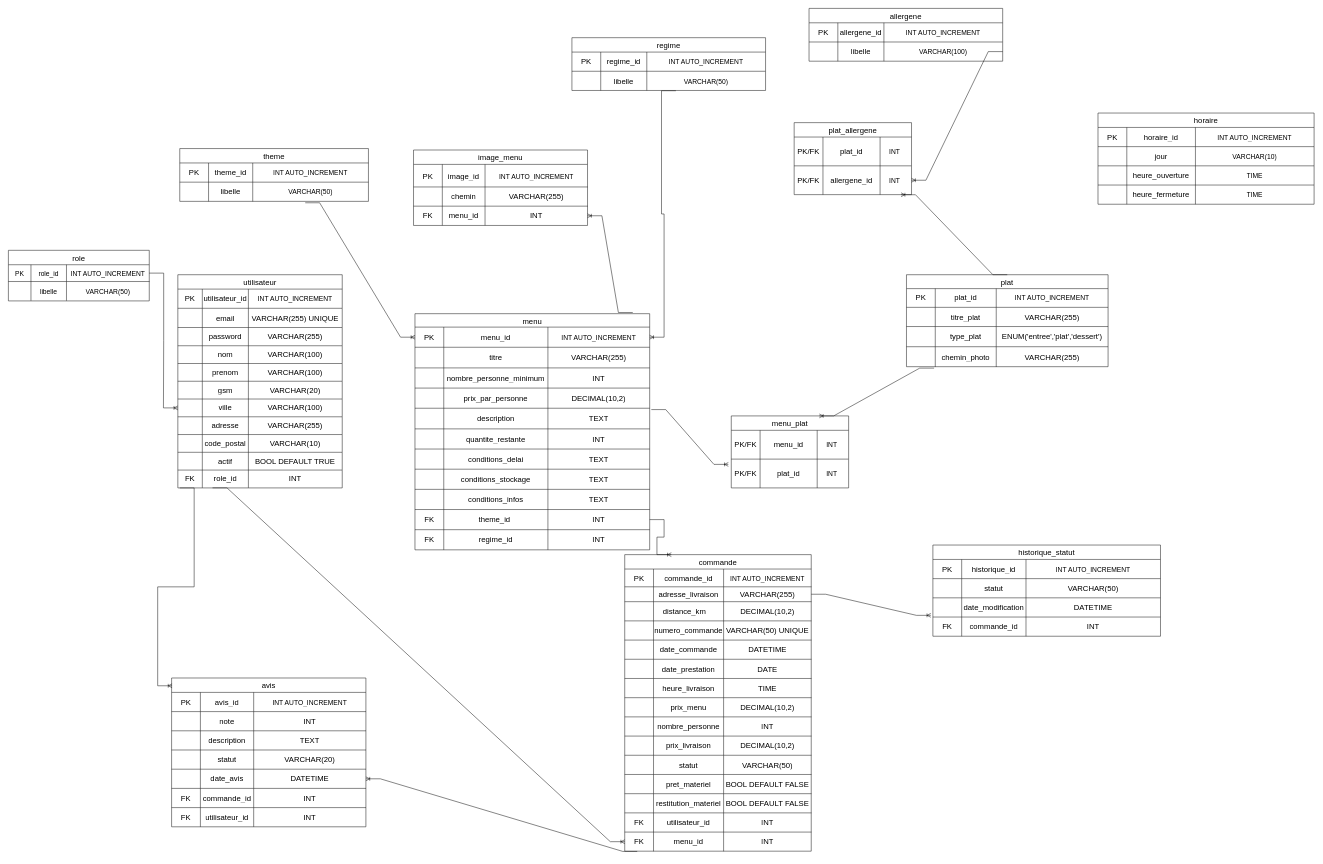
This is divers/CONCEPTION DB/MLD Vite et Gourmand.drawio from Gero7707/viteEtGourmand, a draw.io file, before an edit. Source tidied: cells renumbered, new cells numbered last; positions are measured from the earlier drawing's top-left corner, leaving out a move shared by most shapes. Both pictures are drawn from the tidied source at 48%, with x=0, y=0 at pixel (8, 8).
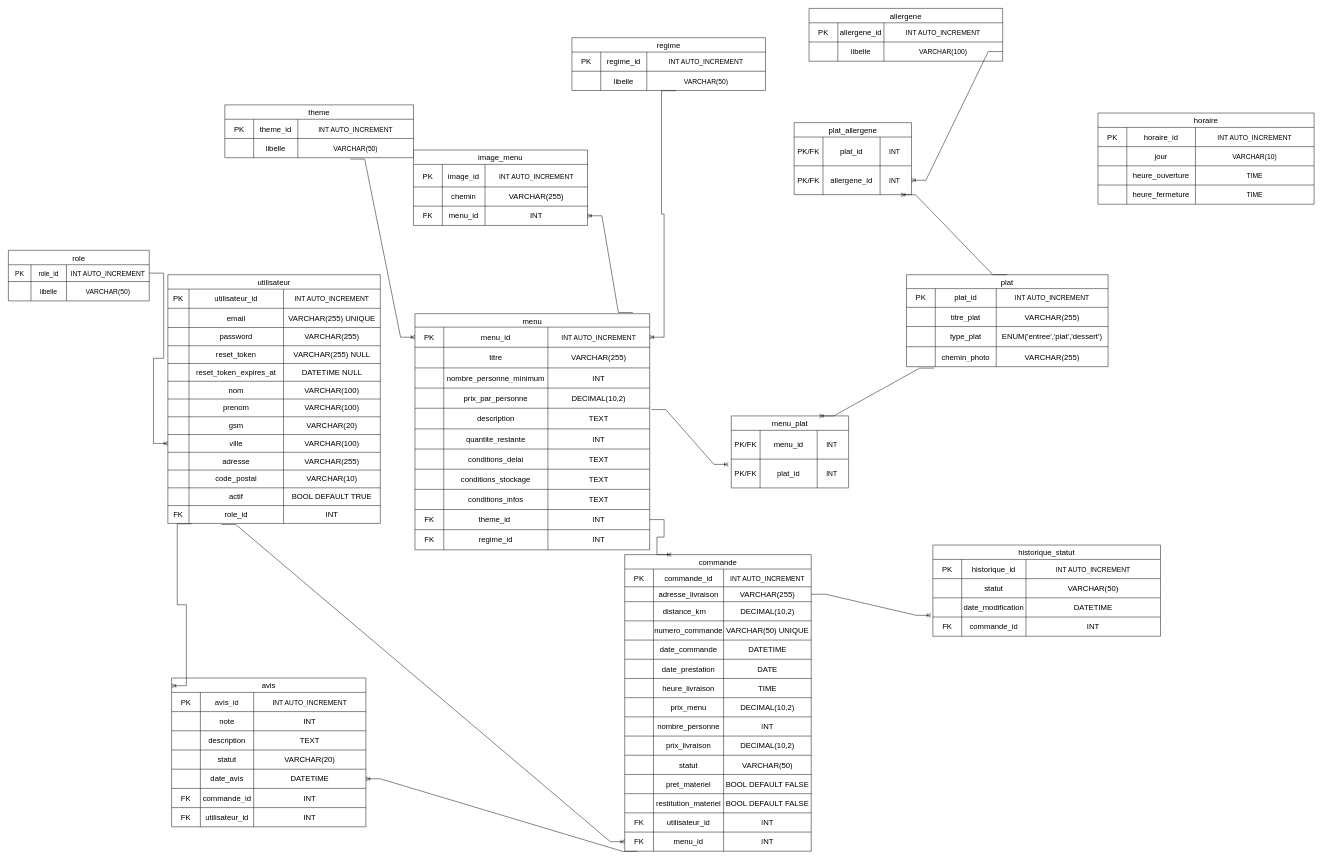
After the change.

Commit message (it also covers changes not shown here):
modif mld et mcd avec ajout de reset_token  et reset_token_expires_at dans la table utilisateur , modif db.sql

The change refers to these unchanged cells:
```xml
<mxCell id="175" style="shape=tableRow;horizontal=0;startSize=0;swimlaneHead=0;swimlaneBody=0;strokeColor=inherit;top=0;left=0;bottom=0;right=0;fillColor=none;points=[[0,0.5],[1,0.5]];portConstraint=eastwest;fontSize=16;" parent="118" vertex="1">
  <mxGeometry y="578" width="388.6" height="40" as="geometry" />
</mxCell>
<mxCell id="253" value="avis" style="shape=table;startSize=30;childLayout=tableLayout;strokeColor=default;fontSize=16;" parent="1" vertex="1">
  <mxGeometry x="340" y="1395" width="404.8" height="310" as="geometry" />
</mxCell>
```

Diff of the diagram source:
```diff
@@
     <mxCell id="11" value="utilisateur" style="shape=table;startSize=30;childLayout=tableLayout;strokeColor=default;fontSize=16;" parent="1" vertex="1">
-      <mxGeometry x="353" y="554.8" width="342.5" height="444.2" as="geometry" />
+      <mxGeometry x="332.2" y="554.8" width="442.6" height="518.2" as="geometry" />
     </mxCell>
     <mxCell id="12" style="shape=tableRow;horizontal=0;startSize=0;swimlaneHead=0;swimlaneBody=0;strokeColor=inherit;top=0;left=0;bottom=0;right=0;fillColor=none;fontSize=16;" parent="11" vertex="1">
-      <mxGeometry y="30" width="342.5" height="40" as="geometry" />
+      <mxGeometry y="30" width="442.6" height="40" as="geometry" />
     </mxCell>
     <mxCell id="13" value="PK" style="shape=partialRectangle;html=1;whiteSpace=wrap;strokeColor=inherit;overflow=hidden;fillColor=none;top=0;left=0;bottom=0;right=0;fontSize=16;" parent="12" vertex="1">
-      <mxGeometry width="51" height="40" as="geometry" />
+      <mxGeometry width="44" height="40" as="geometry" />
     </mxCell>
     <mxCell id="14" value="utilisateur_id" style="shape=partialRectangle;html=1;whiteSpace=wrap;strokeColor=inherit;overflow=hidden;fillColor=none;top=0;left=0;bottom=0;right=0;fontSize=16;" parent="12" vertex="1">
-      <mxGeometry x="51" width="96" height="40" as="geometry" />
+      <mxGeometry x="44" width="197" height="40" as="geometry" />
     </mxCell>
     <mxCell id="15" value="&lt;span style=&quot;font-size: 14px;&quot;&gt;INT AUTO_INCREMENT&lt;/span&gt;" style="shape=partialRectangle;html=1;whiteSpace=wrap;strokeColor=inherit;overflow=hidden;fillColor=none;top=0;left=0;bottom=0;right=0;fontSize=16;" parent="12" vertex="1">
-      <mxGeometry x="147" width="195" height="40" as="geometry" />
+      <mxGeometry x="241" width="202" height="40" as="geometry" />
     </mxCell>
     <mxCell id="16" style="shape=tableRow;horizontal=0;startSize=0;swimlaneHead=0;swimlaneBody=0;strokeColor=inherit;top=0;left=0;bottom=0;right=0;fillColor=none;fontSize=16;" parent="11" vertex="1">
-      <mxGeometry y="70" width="342.5" height="40" as="geometry" />
+      <mxGeometry y="70" width="442.6" height="40" as="geometry" />
     </mxCell>
     <mxCell id="17" style="shape=partialRectangle;html=1;whiteSpace=wrap;strokeColor=inherit;overflow=hidden;fillColor=none;top=0;left=0;bottom=0;right=0;fontSize=16;" parent="16" vertex="1">
-      <mxGeometry width="51" height="40" as="geometry" />
+      <mxGeometry width="44" height="40" as="geometry" />
     </mxCell>
     <mxCell id="18" value="email" style="shape=partialRectangle;html=1;whiteSpace=wrap;strokeColor=inherit;overflow=hidden;fillColor=none;top=0;left=0;bottom=0;right=0;fontSize=16;" parent="16" vertex="1">
-      <mxGeometry x="51" width="96" height="40" as="geometry" />
+      <mxGeometry x="44" width="197" height="40" as="geometry" />
     </mxCell>
     <mxCell id="19" value="VARCHAR(255)&amp;nbsp;UNIQUE" style="shape=partialRectangle;html=1;whiteSpace=wrap;strokeColor=inherit;overflow=hidden;fillColor=none;top=0;left=0;bottom=0;right=0;fontSize=16;" parent="16" vertex="1">
-      <mxGeometry x="147" width="195" height="40" as="geometry" />
+      <mxGeometry x="241" width="202" height="40" as="geometry" />
     </mxCell>
     <mxCell id="20" style="shape=tableRow;horizontal=0;startSize=0;swimlaneHead=0;swimlaneBody=0;strokeColor=inherit;top=0;left=0;bottom=0;right=0;fillColor=none;fontSize=16;" parent="11" vertex="1">
-      <mxGeometry y="110" width="342.5" height="38" as="geometry" />
+      <mxGeometry y="110" width="442.6" height="38" as="geometry" />
     </mxCell>
     <mxCell id="21" style="shape=partialRectangle;html=1;whiteSpace=wrap;strokeColor=inherit;overflow=hidden;fillColor=none;top=0;left=0;bottom=0;right=0;fontSize=16;" parent="20" vertex="1">
-      <mxGeometry width="51" height="38" as="geometry" />
+      <mxGeometry width="44" height="38" as="geometry" />
     </mxCell>
     <mxCell id="22" value="password" style="shape=partialRectangle;html=1;whiteSpace=wrap;strokeColor=inherit;overflow=hidden;fillColor=none;top=0;left=0;bottom=0;right=0;fontSize=16;" parent="20" vertex="1">
-      <mxGeometry x="51" width="96" height="38" as="geometry" />
+      <mxGeometry x="44" width="197" height="38" as="geometry" />
     </mxCell>
     <mxCell id="23" value="VARCHAR(255)" style="shape=partialRectangle;html=1;whiteSpace=wrap;strokeColor=inherit;overflow=hidden;fillColor=none;top=0;left=0;bottom=0;right=0;fontSize=16;" parent="20" vertex="1">
-      <mxGeometry x="147" width="195" height="38" as="geometry" />
+      <mxGeometry x="241" width="202" height="38" as="geometry" />
     </mxCell>
+    <mxCell id="52" style="shape=tableRow;horizontal=0;startSize=0;swimlaneHead=0;swimlaneBody=0;strokeColor=inherit;top=0;left=0;bottom=0;right=0;fillColor=none;points=[[0,0.5],[1,0.5]];portConstraint=eastwest;fontSize=16;" parent="11" vertex="1">
+      <mxGeometry y="148" width="442.6" height="37" as="geometry" />
+    </mxCell>
+    <mxCell id="53" style="shape=partialRectangle;html=1;whiteSpace=wrap;strokeColor=inherit;overflow=hidden;fillColor=none;top=0;left=0;bottom=0;right=0;fontSize=16;" parent="52" vertex="1">
+      <mxGeometry width="44" height="37" as="geometry" />
+    </mxCell>
+    <mxCell id="54" value="reset_token" style="shape=partialRectangle;html=1;whiteSpace=wrap;strokeColor=inherit;overflow=hidden;fillColor=none;top=0;left=0;bottom=0;right=0;fontSize=16;" parent="52" vertex="1">
+      <mxGeometry x="44" width="197" height="37" as="geometry" />
+    </mxCell>
+    <mxCell id="55" value="VARCHAR(255) NULL" style="shape=partialRectangle;html=1;whiteSpace=wrap;strokeColor=inherit;overflow=hidden;fillColor=none;top=0;left=0;bottom=0;right=0;fontSize=16;" parent="52" vertex="1">
+      <mxGeometry x="241" width="202" height="37" as="geometry" />
+    </mxCell>
+    <mxCell id="313" style="shape=tableRow;horizontal=0;startSize=0;swimlaneHead=0;swimlaneBody=0;strokeColor=inherit;top=0;left=0;bottom=0;right=0;fillColor=none;fontSize=16;" parent="11" vertex="1">
+      <mxGeometry y="185" width="442.6" height="37" as="geometry" />
+    </mxCell>
+    <mxCell id="314" style="shape=partialRectangle;html=1;whiteSpace=wrap;strokeColor=inherit;overflow=hidden;fillColor=none;top=0;left=0;bottom=0;right=0;fontSize=16;" parent="313" vertex="1">
+      <mxGeometry width="44" height="37" as="geometry" />
+    </mxCell>
+    <mxCell id="315" value="reset_token_expires_at" style="shape=partialRectangle;html=1;whiteSpace=wrap;strokeColor=inherit;overflow=hidden;fillColor=none;top=0;left=0;bottom=0;right=0;fontSize=16;" parent="313" vertex="1">
+      <mxGeometry x="44" width="197" height="37" as="geometry" />
+    </mxCell>
+    <mxCell id="316" value="DATETIME NULL" style="shape=partialRectangle;html=1;whiteSpace=wrap;strokeColor=inherit;overflow=hidden;fillColor=none;top=0;left=0;bottom=0;right=0;fontSize=16;" parent="313" vertex="1">
+      <mxGeometry x="241" width="202" height="37" as="geometry" />
+    </mxCell>
     <mxCell id="24" style="shape=tableRow;horizontal=0;startSize=0;swimlaneHead=0;swimlaneBody=0;strokeColor=inherit;top=0;left=0;bottom=0;right=0;fillColor=none;fontSize=16;" parent="11" vertex="1">
-      <mxGeometry y="148" width="342.5" height="37" as="geometry" />
+      <mxGeometry y="222" width="442.6" height="37" as="geometry" />
     </mxCell>
     <mxCell id="25" style="shape=partialRectangle;html=1;whiteSpace=wrap;strokeColor=inherit;overflow=hidden;fillColor=none;top=0;left=0;bottom=0;right=0;fontSize=16;" parent="24" vertex="1">
-      <mxGeometry width="51" height="37" as="geometry" />
+      <mxGeometry width="44" height="37" as="geometry" />
     </mxCell>
     <mxCell id="26" value="nom" style="shape=partialRectangle;html=1;whiteSpace=wrap;strokeColor=inherit;overflow=hidden;fillColor=none;top=0;left=0;bottom=0;right=0;fontSize=16;" parent="24" vertex="1">
-      <mxGeometry x="51" width="96" height="37" as="geometry" />
+      <mxGeometry x="44" width="197" height="37" as="geometry" />
     </mxCell>
     <mxCell id="27" value="VARCHAR(100)" style="shape=partialRectangle;html=1;whiteSpace=wrap;strokeColor=inherit;overflow=hidden;fillColor=none;top=0;left=0;bottom=0;right=0;fontSize=16;" parent="24" vertex="1">
-      <mxGeometry x="147" width="195" height="37" as="geometry" />
+      <mxGeometry x="241" width="202" height="37" as="geometry" />
     </mxCell>
     <mxCell id="28" style="shape=tableRow;horizontal=0;startSize=0;swimlaneHead=0;swimlaneBody=0;strokeColor=inherit;top=0;left=0;bottom=0;right=0;fillColor=none;fontSize=16;" parent="11" vertex="1">
-      <mxGeometry y="185" width="342.5" height="37" as="geometry" />
+      <mxGeometry y="259" width="442.6" height="37" as="geometry" />
     </mxCell>
     <mxCell id="29" style="shape=partialRectangle;html=1;whiteSpace=wrap;strokeColor=inherit;overflow=hidden;fillColor=none;top=0;left=0;bottom=0;right=0;fontSize=16;" parent="28" vertex="1">
-      <mxGeometry width="51" height="37" as="geometry" />
+      <mxGeometry width="44" height="37" as="geometry" />
     </mxCell>
     <mxCell id="30" value="prenom" style="shape=partialRectangle;html=1;whiteSpace=wrap;strokeColor=inherit;overflow=hidden;fillColor=none;top=0;left=0;bottom=0;right=0;fontSize=16;" parent="28" vertex="1">
-      <mxGeometry x="51" width="96" height="37" as="geometry" />
+      <mxGeometry x="44" width="197" height="37" as="geometry" />
     </mxCell>
     <mxCell id="31" value="VARCHAR(100)" style="shape=partialRectangle;html=1;whiteSpace=wrap;strokeColor=inherit;overflow=hidden;fillColor=none;top=0;left=0;bottom=0;right=0;fontSize=16;" parent="28" vertex="1">
-      <mxGeometry x="147" width="195" height="37" as="geometry" />
+      <mxGeometry x="241" width="202" height="37" as="geometry" />
     </mxCell>
     <mxCell id="32" style="shape=tableRow;horizontal=0;startSize=0;swimlaneHead=0;swimlaneBody=0;strokeColor=inherit;top=0;left=0;bottom=0;right=0;fillColor=none;fontSize=16;" parent="11" vertex="1">
-      <mxGeometry y="222" width="342.5" height="37" as="geometry" />
+      <mxGeometry y="296" width="442.6" height="37" as="geometry" />
     </mxCell>
     <mxCell id="33" style="shape=partialRectangle;html=1;whiteSpace=wrap;strokeColor=inherit;overflow=hidden;fillColor=none;top=0;left=0;bottom=0;right=0;fontSize=16;" parent="32" vertex="1">
-      <mxGeometry width="51" height="37" as="geometry" />
+      <mxGeometry width="44" height="37" as="geometry" />
     </mxCell>
     <mxCell id="34" value="gsm" style="shape=partialRectangle;html=1;whiteSpace=wrap;strokeColor=inherit;overflow=hidden;fillColor=none;top=0;left=0;bottom=0;right=0;fontSize=16;" parent="32" vertex="1">
-      <mxGeometry x="51" width="96" height="37" as="geometry" />
+      <mxGeometry x="44" width="197" height="37" as="geometry" />
     </mxCell>
     <mxCell id="35" value="VARCHAR(20)" style="shape=partialRectangle;html=1;whiteSpace=wrap;strokeColor=inherit;overflow=hidden;fillColor=none;top=0;left=0;bottom=0;right=0;fontSize=16;" parent="32" vertex="1">
-      <mxGeometry x="147" width="195" height="37" as="geometry" />
+      <mxGeometry x="241" width="202" height="37" as="geometry" />
     </mxCell>
     <mxCell id="36" style="shape=tableRow;horizontal=0;startSize=0;swimlaneHead=0;swimlaneBody=0;strokeColor=inherit;top=0;left=0;bottom=0;right=0;fillColor=none;points=[[0,0.5],[1,0.5]];portConstraint=eastwest;fontSize=16;" parent="11" vertex="1">
-      <mxGeometry y="259" width="342.5" height="37" as="geometry" />
+      <mxGeometry y="333" width="442.6" height="37" as="geometry" />
     </mxCell>
     <mxCell id="37" style="shape=partialRectangle;html=1;whiteSpace=wrap;strokeColor=inherit;overflow=hidden;fillColor=none;top=0;left=0;bottom=0;right=0;fontSize=16;" parent="36" vertex="1">
-      <mxGeometry width="51" height="37" as="geometry" />
+      <mxGeometry width="44" height="37" as="geometry" />
     </mxCell>
     <mxCell id="38" value="ville" style="shape=partialRectangle;html=1;whiteSpace=wrap;strokeColor=inherit;overflow=hidden;fillColor=none;top=0;left=0;bottom=0;right=0;fontSize=16;" parent="36" vertex="1">
-      <mxGeometry x="51" width="96" height="37" as="geometry" />
+      <mxGeometry x="44" width="197" height="37" as="geometry" />
     </mxCell>
     <mxCell id="39" value="VARCHAR(100)" style="shape=partialRectangle;html=1;whiteSpace=wrap;strokeColor=inherit;overflow=hidden;fillColor=none;top=0;left=0;bottom=0;right=0;fontSize=16;" parent="36" vertex="1">
-      <mxGeometry x="147" width="195" height="37" as="geometry" />
+      <mxGeometry x="241" width="202" height="37" as="geometry" />
     </mxCell>
     <mxCell id="40" style="shape=tableRow;horizontal=0;startSize=0;swimlaneHead=0;swimlaneBody=0;strokeColor=inherit;top=0;left=0;bottom=0;right=0;fillColor=none;fontSize=16;" parent="11" vertex="1">
-      <mxGeometry y="296" width="342.5" height="37" as="geometry" />
+      <mxGeometry y="370" width="442.6" height="37" as="geometry" />
     </mxCell>
     <mxCell id="41" style="shape=partialRectangle;html=1;whiteSpace=wrap;strokeColor=inherit;overflow=hidden;fillColor=none;top=0;left=0;bottom=0;right=0;fontSize=16;" parent="40" vertex="1">
-      <mxGeometry width="51" height="37" as="geometry" />
+      <mxGeometry width="44" height="37" as="geometry" />
     </mxCell>
     <mxCell id="42" value="adresse" style="shape=partialRectangle;html=1;whiteSpace=wrap;strokeColor=inherit;overflow=hidden;fillColor=none;top=0;left=0;bottom=0;right=0;fontSize=16;" parent="40" vertex="1">
-      <mxGeometry x="51" width="96" height="37" as="geometry" />
+      <mxGeometry x="44" width="197" height="37" as="geometry" />
     </mxCell>
     <mxCell id="43" value="VARCHAR(255)" style="shape=partialRectangle;html=1;whiteSpace=wrap;strokeColor=inherit;overflow=hidden;fillColor=none;top=0;left=0;bottom=0;right=0;fontSize=16;" parent="40" vertex="1">
-      <mxGeometry x="147" width="195" height="37" as="geometry" />
+      <mxGeometry x="241" width="202" height="37" as="geometry" />
     </mxCell>
     <mxCell id="44" style="shape=tableRow;horizontal=0;startSize=0;swimlaneHead=0;swimlaneBody=0;strokeColor=inherit;top=0;left=0;bottom=0;right=0;fillColor=none;fontSize=16;" parent="11" vertex="1">
-      <mxGeometry y="333" width="342.5" height="37" as="geometry" />
+      <mxGeometry y="407" width="442.6" height="37" as="geometry" />
     </mxCell>
     <mxCell id="45" style="shape=partialRectangle;html=1;whiteSpace=wrap;strokeColor=inherit;overflow=hidden;fillColor=none;top=0;left=0;bottom=0;right=0;fontSize=16;" parent="44" vertex="1">
-      <mxGeometry width="51" height="37" as="geometry" />
+      <mxGeometry width="44" height="37" as="geometry" />
     </mxCell>
     <mxCell id="46" value="code_postal" style="shape=partialRectangle;html=1;whiteSpace=wrap;strokeColor=inherit;overflow=hidden;fillColor=none;top=0;left=0;bottom=0;right=0;fontSize=16;" parent="44" vertex="1">
-      <mxGeometry x="51" width="96" height="37" as="geometry" />
+      <mxGeometry x="44" width="197" height="37" as="geometry" />
     </mxCell>
     <mxCell id="47" value="VARCHAR(10)" style="shape=partialRectangle;html=1;whiteSpace=wrap;strokeColor=inherit;overflow=hidden;fillColor=none;top=0;left=0;bottom=0;right=0;fontSize=16;" parent="44" vertex="1">
-      <mxGeometry x="147" width="195" height="37" as="geometry" />
+      <mxGeometry x="241" width="202" height="37" as="geometry" />
     </mxCell>
     <mxCell id="48" style="shape=tableRow;horizontal=0;startSize=0;swimlaneHead=0;swimlaneBody=0;strokeColor=inherit;top=0;left=0;bottom=0;right=0;fillColor=none;fontSize=16;" parent="11" vertex="1">
-      <mxGeometry y="370" width="342.5" height="37" as="geometry" />
+      <mxGeometry y="444" width="442.6" height="37" as="geometry" />
     </mxCell>
     <mxCell id="49" style="shape=partialRectangle;html=1;whiteSpace=wrap;strokeColor=inherit;overflow=hidden;fillColor=none;top=0;left=0;bottom=0;right=0;fontSize=16;" parent="48" vertex="1">
-      <mxGeometry width="51" height="37" as="geometry" />
+      <mxGeometry width="44" height="37" as="geometry" />
     </mxCell>
     <mxCell id="50" value="actif" style="shape=partialRectangle;html=1;whiteSpace=wrap;strokeColor=inherit;overflow=hidden;fillColor=none;top=0;left=0;bottom=0;right=0;fontSize=16;" parent="48" vertex="1">
-      <mxGeometry x="51" width="96" height="37" as="geometry" />
+      <mxGeometry x="44" width="197" height="37" as="geometry" />
     </mxCell>
     <mxCell id="51" value="BOOL DEFAULT TRUE" style="shape=partialRectangle;html=1;whiteSpace=wrap;strokeColor=inherit;overflow=hidden;fillColor=none;top=0;left=0;bottom=0;right=0;fontSize=16;" parent="48" vertex="1">
-      <mxGeometry x="147" width="195" height="37" as="geometry" />
+      <mxGeometry x="241" width="202" height="37" as="geometry" />
     </mxCell>
-    <mxCell id="52" style="shape=tableRow;horizontal=0;startSize=0;swimlaneHead=0;swimlaneBody=0;strokeColor=inherit;top=0;left=0;bottom=0;right=0;fillColor=none;points=[[0,0.5],[1,0.5]];portConstraint=eastwest;fontSize=16;" parent="11" vertex="1">
-      <mxGeometry y="407" width="342.5" height="37" as="geometry" />
-    </mxCell>
-    <mxCell id="53" value="FK" style="shape=partialRectangle;html=1;whiteSpace=wrap;strokeColor=inherit;overflow=hidden;fillColor=none;top=0;left=0;bottom=0;right=0;fontSize=16;" parent="52" vertex="1">
-      <mxGeometry width="51" height="37" as="geometry" />
-    </mxCell>
-    <mxCell id="54" value="role_id" style="shape=partialRectangle;html=1;whiteSpace=wrap;strokeColor=inherit;overflow=hidden;fillColor=none;top=0;left=0;bottom=0;right=0;fontSize=16;" parent="52" vertex="1">
-      <mxGeometry x="51" width="96" height="37" as="geometry" />
-    </mxCell>
-    <mxCell id="55" value="INT" style="shape=partialRectangle;html=1;whiteSpace=wrap;strokeColor=inherit;overflow=hidden;fillColor=none;top=0;left=0;bottom=0;right=0;fontSize=16;" parent="52" vertex="1">
-      <mxGeometry x="147" width="195" height="37" as="geometry" />
-    </mxCell>
+    <mxCell id="317" style="shape=tableRow;horizontal=0;startSize=0;swimlaneHead=0;swimlaneBody=0;strokeColor=inherit;top=0;left=0;bottom=0;right=0;fillColor=none;points=[[0,0.5],[1,0.5]];portConstraint=eastwest;fontSize=16;" parent="11" vertex="1">
+      <mxGeometry y="481" width="442.6" height="37" as="geometry" />
+    </mxCell>
+    <mxCell id="318" value="FK" style="shape=partialRectangle;html=1;whiteSpace=wrap;strokeColor=inherit;overflow=hidden;fillColor=none;top=0;left=0;bottom=0;right=0;fontSize=16;" parent="317" vertex="1">
+      <mxGeometry width="44" height="37" as="geometry" />
+    </mxCell>
+    <mxCell id="319" value="role_id" style="shape=partialRectangle;html=1;whiteSpace=wrap;strokeColor=inherit;overflow=hidden;fillColor=none;top=0;left=0;bottom=0;right=0;fontSize=16;" parent="317" vertex="1">
+      <mxGeometry x="44" width="197" height="37" as="geometry" />
+    </mxCell>
+    <mxCell id="320" value="INT" style="shape=partialRectangle;html=1;whiteSpace=wrap;strokeColor=inherit;overflow=hidden;fillColor=none;top=0;left=0;bottom=0;right=0;fontSize=16;" parent="317" vertex="1">
+      <mxGeometry x="241" width="202" height="37" as="geometry" />
+    </mxCell>
@@
     <mxCell id="179" value="theme" style="shape=table;startSize=30;childLayout=tableLayout;strokeColor=default;fontSize=16;" parent="1" vertex="1">
-      <mxGeometry x="357" y="292" width="393.1" height="110" as="geometry" />
+      <mxGeometry x="450.9" y="201" width="393.1" height="110" as="geometry" />
     </mxCell>
@@
-    <mxCell id="304" style="edgeStyle=entityRelationEdgeStyle;fontSize=12;html=1;endArrow=ERoneToMany;rounded=0;exitX=0.211;exitY=1.001;exitDx=0;exitDy=0;exitPerimeter=0;entryX=0;entryY=0.5;entryDx=0;entryDy=0;" parent="1" edge="1" source="52" target="175">
+    <mxCell id="304" style="edgeStyle=entityRelationEdgeStyle;fontSize=12;html=1;endArrow=ERoneToMany;rounded=0;exitX=0.252;exitY=1.068;exitDx=0;exitDy=0;exitPerimeter=0;entryX=0;entryY=0.5;entryDx=0;entryDy=0;" parent="1" edge="1" source="317" target="175">
       <mxGeometry relative="1" as="geometry" />
     </mxCell>
@@
-    <mxCell id="307" style="edgeStyle=entityRelationEdgeStyle;fontSize=12;html=1;endArrow=ERoneToMany;rounded=0;entryX=0.066;entryY=-0.008;entryDx=0;entryDy=0;entryPerimeter=0;" parent="1" edge="1">
-      <mxGeometry relative="1" as="geometry">
-        <mxPoint x="357" y="999" as="sourcePoint" />
-        <mxPoint x="341" y="1411.2" as="targetPoint" />
-      </mxGeometry>
+    <mxCell id="307" style="edgeStyle=entityRelationEdgeStyle;fontSize=12;html=1;endArrow=ERoneToMany;rounded=0;entryX=0.002;entryY=0.052;entryDx=0;entryDy=0;entryPerimeter=0;exitX=0.112;exitY=1.024;exitDx=0;exitDy=0;exitPerimeter=0;" parent="1" edge="1" source="317" target="253">
+      <mxGeometry relative="1" as="geometry" />
     </mxCell>
```
